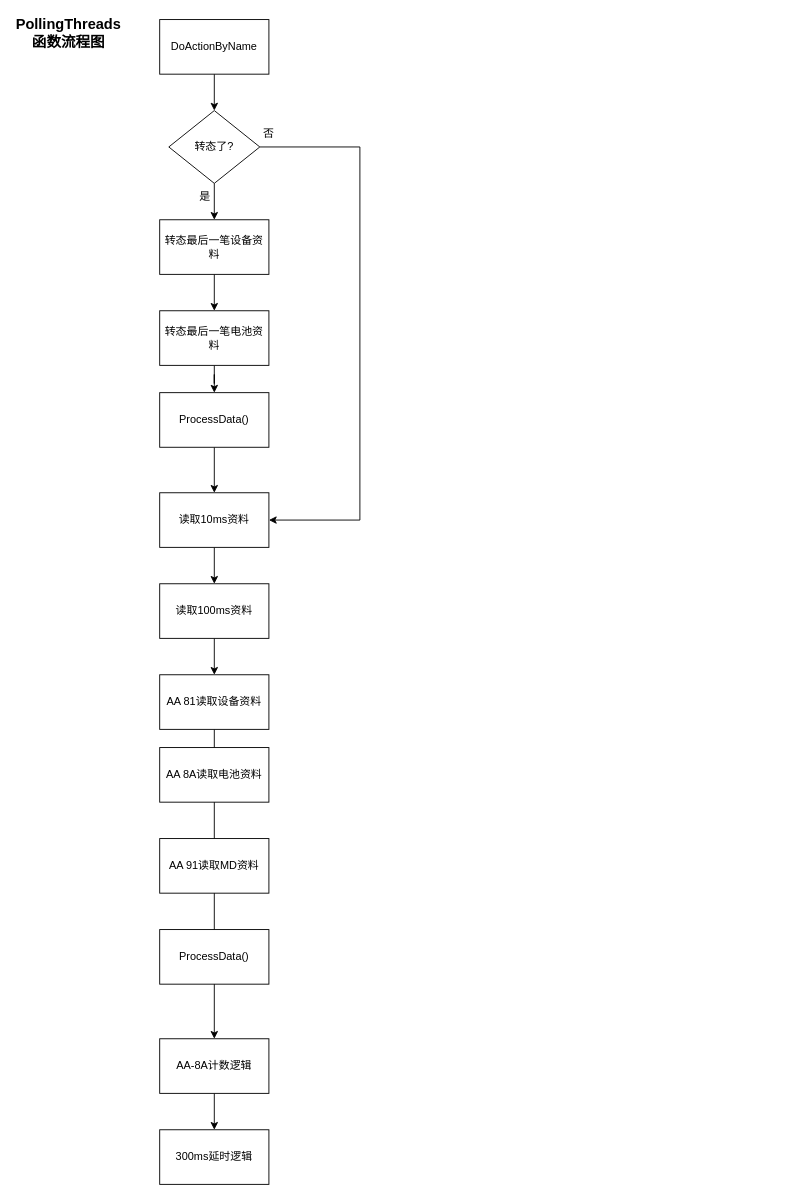
Earlier version of the draw.io diagram page "PollingThreads()" (4 of 6) of L720.drawio (JackGeminiKu/Diagrams). Source tidied: cells renumbered, new cells numbered last; positions are measured from the earlier drawing's top-left corner, leaving out a move shared by most shapes. Both pictures are drawn from the tidied source at 91%, with x=0, y=0 at pixel (41, 19).
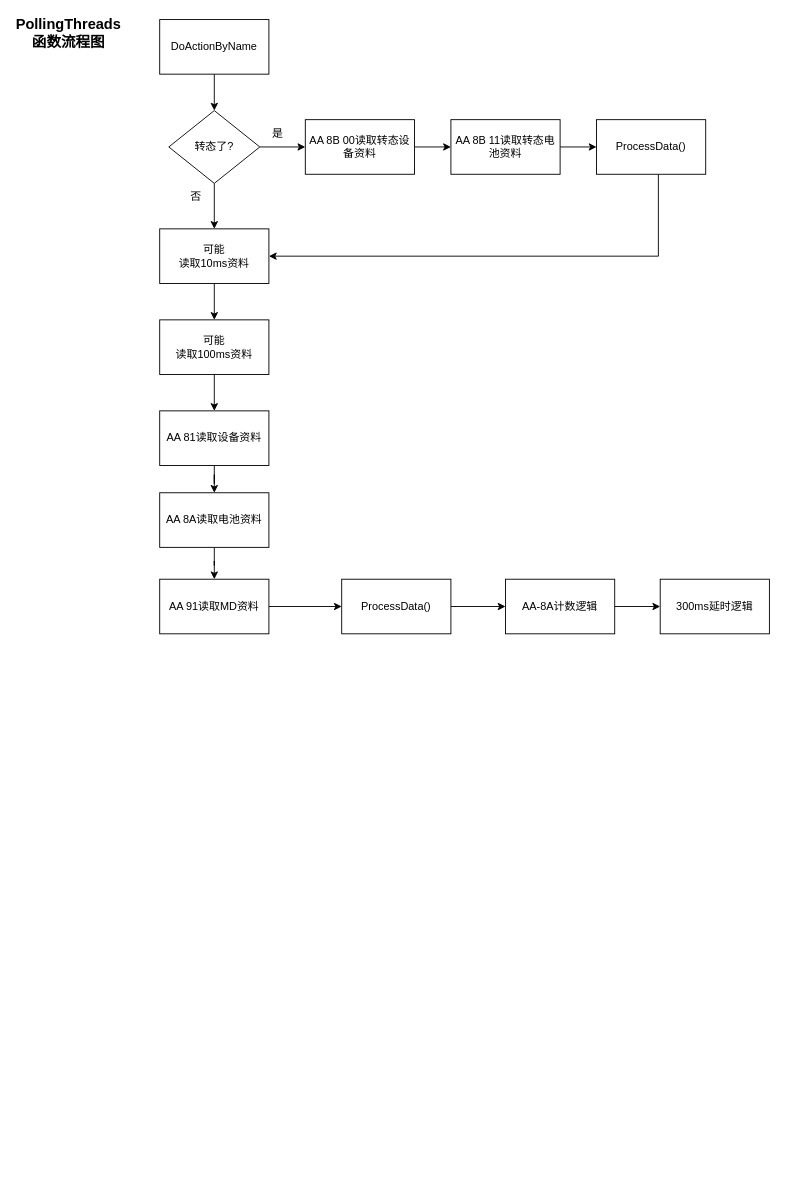
Above is the later version.

Unchanged cells that the change refers to:
```xml
<mxCell id="18" value="转态了?" style="rhombus;whiteSpace=wrap;html=1;" parent="1" vertex="1">
  <mxGeometry x="140" y="100" width="100" height="80" as="geometry" />
</mxCell>
```

What changed in the source:
```diff
@@
-    <mxCell id="3" value="转态最后一笔设备资料" style="rounded=0;whiteSpace=wrap;html=1;" parent="1" vertex="1">
-      <mxGeometry x="130" y="220" width="120" height="60" as="geometry" />
+    <mxCell id="3" value="AA 8B 00读取转态设备资料" style="rounded=0;whiteSpace=wrap;html=1;" parent="1" vertex="1">
+      <mxGeometry x="290" y="110" width="120" height="60" as="geometry" />
     </mxCell>
@@
     <mxCell id="5" value="AA-8A计数逻辑" style="rounded=0;whiteSpace=wrap;html=1;" parent="1" vertex="1">
-      <mxGeometry x="130" y="1120" width="120" height="60" as="geometry" />
+      <mxGeometry x="510" y="615" width="120" height="60" as="geometry" />
     </mxCell>
     <mxCell id="6" value="300ms延时逻辑" style="rounded=0;whiteSpace=wrap;html=1;" parent="1" vertex="1">
-      <mxGeometry x="130" y="1220" width="120" height="60" as="geometry" />
+      <mxGeometry x="680" y="615" width="120" height="60" as="geometry" />
     </mxCell>
@@
-    <mxCell id="8" value="&lt;div&gt;读取10ms资料&lt;/div&gt;" style="rounded=0;whiteSpace=wrap;html=1;" parent="1" vertex="1">
-      <mxGeometry x="130" y="520" width="120" height="60" as="geometry" />
+    <mxCell id="8" value="可能&lt;div&gt;读取10ms资料&lt;/div&gt;" style="rounded=0;whiteSpace=wrap;html=1;" parent="1" vertex="1">
+      <mxGeometry x="130" y="230" width="120" height="60" as="geometry" />
     </mxCell>
@@
-    <mxCell id="10" value="&lt;div&gt;读取100ms资料&lt;/div&gt;" style="rounded=0;whiteSpace=wrap;html=1;" parent="1" vertex="1">
-      <mxGeometry x="130" y="620" width="120" height="60" as="geometry" />
+    <mxCell id="10" value="可能&lt;div&gt;读取100ms资料&lt;/div&gt;" style="rounded=0;whiteSpace=wrap;html=1;" parent="1" vertex="1">
+      <mxGeometry x="130" y="330" width="120" height="60" as="geometry" />
     </mxCell>
-    <mxCell id="11" style="edgeStyle=orthogonalEdgeStyle;rounded=0;jettySize=auto;html=1;" parent="1" edge="1" source="12" target="5">
-      <mxGeometry relative="1" as="geometry" />
-    </mxCell>
+    <mxCell id="28" style="edgeStyle=orthogonalEdgeStyle;rounded=0;jettySize=auto;html=1;" parent="1" edge="1" source="12" target="25">
+      <mxGeometry relative="1" as="geometry" />
+    </mxCell>
     <mxCell id="12" value="AA 81读取设备资料" style="rounded=0;whiteSpace=wrap;html=1;" parent="1" vertex="1">
-      <mxGeometry x="130" y="720" width="120" height="60" as="geometry" />
+      <mxGeometry x="130" y="430" width="120" height="60" as="geometry" />
     </mxCell>
@@
-    <mxCell id="16" style="edgeStyle=orthogonalEdgeStyle;rounded=0;jettySize=auto;html=1;" parent="1" edge="1" source="18" target="3">
+    <mxCell id="16" style="edgeStyle=orthogonalEdgeStyle;rounded=0;jettySize=auto;html=1;entryX=0;entryY=0.5;entryDx=0;entryDy=0;" parent="1" edge="1" source="18" target="3">
       <mxGeometry relative="1" as="geometry" />
     </mxCell>
-    <mxCell id="17" style="edgeStyle=orthogonalEdgeStyle;rounded=0;jettySize=auto;html=1;entryX=1;entryY=0.5;entryDx=0;entryDy=0;" parent="1" edge="1" source="18" target="8">
-      <mxGeometry relative="1" as="geometry">
-        <Array as="points">
-          <mxPoint x="350" y="140" />
-          <mxPoint x="350" y="550" />
-        </Array>
-      </mxGeometry>
+    <mxCell id="17" style="edgeStyle=orthogonalEdgeStyle;rounded=0;jettySize=auto;html=1;" parent="1" edge="1" source="18" target="8">
+      <mxGeometry relative="1" as="geometry" />
     </mxCell>
@@
     <mxCell id="19" value="是" style="text;html=1;align=center;verticalAlign=middle;whiteSpace=wrap;rounded=0;" parent="1" vertex="1">
-      <mxGeometry x="150" y="180" width="60" height="30" as="geometry" />
+      <mxGeometry x="230" y="110" width="60" height="30" as="geometry" />
     </mxCell>
     <mxCell id="20" value="否" style="text;html=1;align=center;verticalAlign=middle;whiteSpace=wrap;rounded=0;" parent="1" vertex="1">
-      <mxGeometry x="220" y="110" width="60" height="30" as="geometry" />
+      <mxGeometry x="140" y="180" width="60" height="30" as="geometry" />
     </mxCell>
@@
-    <mxCell id="22" value="转态最后一笔电池资料" style="rounded=0;whiteSpace=wrap;html=1;" parent="1" vertex="1">
-      <mxGeometry x="130" y="320" width="120" height="60" as="geometry" />
+    <mxCell id="22" value="AA 8B 11读取转态电池资料" style="rounded=0;whiteSpace=wrap;html=1;" parent="1" vertex="1">
+      <mxGeometry x="450" y="110" width="120" height="60" as="geometry" />
     </mxCell>
-    <mxCell id="23" style="edgeStyle=orthogonalEdgeStyle;rounded=0;jettySize=auto;html=1;" parent="1" edge="1" source="24" target="8">
-      <mxGeometry relative="1" as="geometry" />
+    <mxCell id="23" style="edgeStyle=orthogonalEdgeStyle;rounded=0;jettySize=auto;html=1;entryX=1;entryY=0.5;entryDx=0;entryDy=0;" parent="1" edge="1" source="24" target="8">
+      <mxGeometry relative="1" as="geometry">
+        <Array as="points">
+          <mxPoint x="678" y="260" />
+        </Array>
+      </mxGeometry>
     </mxCell>
     <mxCell id="24" value="ProcessData()" style="rounded=0;whiteSpace=wrap;html=1;" parent="1" vertex="1">
-      <mxGeometry x="130" y="410" width="120" height="60" as="geometry" />
+      <mxGeometry x="610" y="110" width="120" height="60" as="geometry" />
     </mxCell>
+    <mxCell id="29" style="edgeStyle=orthogonalEdgeStyle;rounded=0;jettySize=auto;html=1;" parent="1" edge="1" source="25" target="26">
+      <mxGeometry relative="1" as="geometry" />
+    </mxCell>
     <mxCell id="25" value="AA 8A读取电池资料" style="rounded=0;whiteSpace=wrap;html=1;" parent="1" vertex="1">
-      <mxGeometry x="130" y="800" width="120" height="60" as="geometry" />
+      <mxGeometry x="130" y="520" width="120" height="60" as="geometry" />
     </mxCell>
+    <mxCell id="30" style="edgeStyle=orthogonalEdgeStyle;rounded=0;jettySize=auto;html=1;" parent="1" edge="1" source="26" target="27">
+      <mxGeometry relative="1" as="geometry" />
+    </mxCell>
     <mxCell id="26" value="AA 91读取MD资料" style="rounded=0;whiteSpace=wrap;html=1;" parent="1" vertex="1">
-      <mxGeometry x="130" y="900" width="120" height="60" as="geometry" />
+      <mxGeometry x="130" y="615" width="120" height="60" as="geometry" />
     </mxCell>
+    <mxCell id="31" style="edgeStyle=orthogonalEdgeStyle;rounded=0;jettySize=auto;html=1;" parent="1" edge="1" source="27" target="5">
+      <mxGeometry relative="1" as="geometry" />
+    </mxCell>
     <mxCell id="27" value="ProcessData()" style="rounded=0;whiteSpace=wrap;html=1;" parent="1" vertex="1">
-      <mxGeometry x="130" y="1000" width="120" height="60" as="geometry" />
+      <mxGeometry x="330" y="615" width="120" height="60" as="geometry" />
     </mxCell>
```
